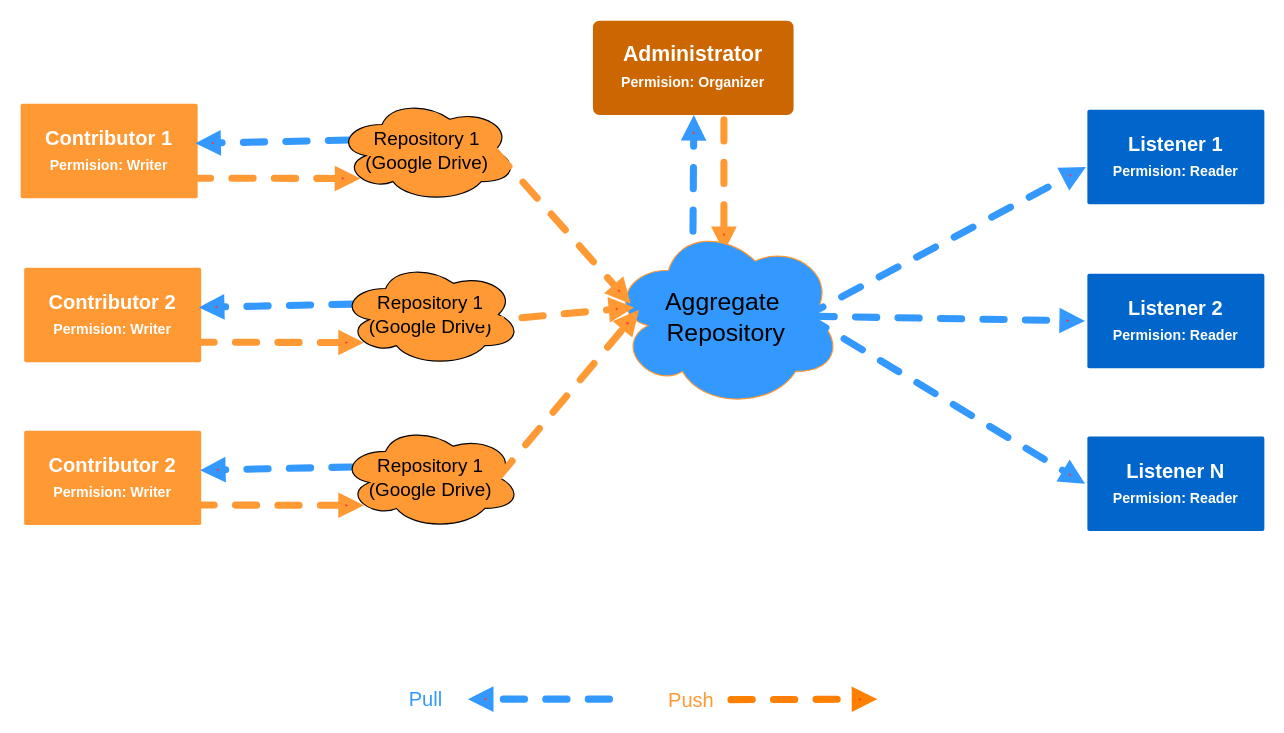
Before: Writerside/resources/Cloud_Flow_2.drawio in gridxdev/bluegrid-docs, a draw.io diagram. Source tidied: cells renumbered, new cells numbered last; positions are measured from the earlier drawing's top-left corner, leaving out a move shared by most shapes. Both pictures are drawn from the tidied source at 118%, with x=0, y=0 at pixel (20, 20).
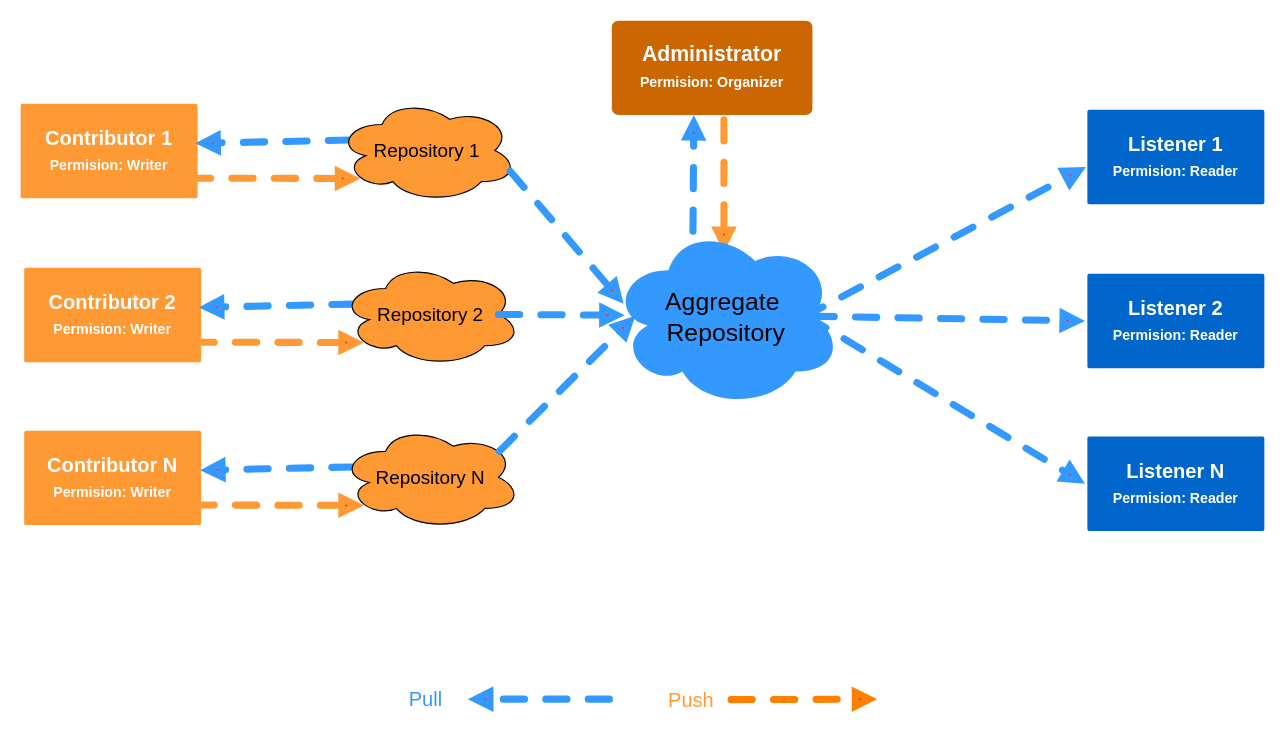
The same page after the edit.

Diff of the diagram source:
```diff
@@
     <mxCell id="3" value="Administrator&lt;div&gt;&lt;font style=&quot;font-size: 12px;&quot;&gt;Permision: Organizer&lt;/font&gt;&lt;/div&gt;" style="rounded=1;whiteSpace=wrap;html=1;shadow=0;labelBackgroundColor=none;strokeColor=none;strokeWidth=3;fillColor=#CC6600;fontFamily=Helvetica;fontSize=18;fontColor=#FFFFFF;align=center;spacing=5;fontStyle=1;arcSize=7;perimeterSpacing=2;" parent="1" vertex="1">
-      <mxGeometry x="485" width="170" height="80" as="geometry" />
+      <mxGeometry x="501" width="170" height="80" as="geometry" />
     </mxCell>
@@
-    <mxCell id="11" value="Repository 1&lt;div style=&quot;font-size: 16px;&quot;&gt;(Google Drive)&lt;/div&gt;" style="ellipse;shape=cloud;whiteSpace=wrap;html=1;fillColor=#FF9933;fontSize=16;" parent="1" vertex="1">
+    <mxCell id="11" value="Repository 1" style="ellipse;shape=cloud;whiteSpace=wrap;html=1;fillColor=#FF9933;fontSize=16;" parent="1" vertex="1">
       <mxGeometry x="268" y="66" width="153" height="88" as="geometry" />
     </mxCell>
@@
-    <mxCell id="16" value="Repository 1&lt;div style=&quot;font-size: 16px;&quot;&gt;(Google Drive)&lt;/div&gt;" style="ellipse;shape=cloud;whiteSpace=wrap;html=1;fillColor=#FF9933;fontSize=16;" parent="1" vertex="1">
+    <mxCell id="16" value="Repository 2" style="ellipse;shape=cloud;whiteSpace=wrap;html=1;fillColor=#FF9933;fontSize=16;" parent="1" vertex="1">
       <mxGeometry x="271" y="205" width="153" height="88" as="geometry" />
     </mxCell>
-    <mxCell id="17" value="Contributor 2&lt;div&gt;&lt;span style=&quot;font-size: 12px;&quot;&gt;Permision: Writer&lt;/span&gt;&lt;br&gt;&lt;/div&gt;" style="rounded=1;whiteSpace=wrap;html=1;shadow=0;labelBackgroundColor=none;strokeColor=none;strokeWidth=3;fillColor=#FF9933;fontFamily=Helvetica;fontSize=17;fontColor=#FFFFFF;align=center;spacing=5;fontStyle=1;arcSize=2;perimeterSpacing=2;" parent="1" vertex="1">
+    <mxCell id="17" value="Contributor N&lt;div&gt;&lt;span style=&quot;font-size: 12px;&quot;&gt;Permision: Writer&lt;/span&gt;&lt;br&gt;&lt;/div&gt;" style="rounded=1;whiteSpace=wrap;html=1;shadow=0;labelBackgroundColor=none;strokeColor=none;strokeWidth=3;fillColor=#FF9933;fontFamily=Helvetica;fontSize=17;fontColor=#FFFFFF;align=center;spacing=5;fontStyle=1;arcSize=2;perimeterSpacing=2;" parent="1" vertex="1">
       <mxGeometry x="3" y="347.5" width="150" height="80" as="geometry" />
     </mxCell>
@@
-    <mxCell id="20" value="Repository 1&lt;div style=&quot;font-size: 16px;&quot;&gt;(Google Drive)&lt;/div&gt;" style="ellipse;shape=cloud;whiteSpace=wrap;html=1;fillColor=#FF9933;fontSize=16;strokeColor=default;" parent="1" vertex="1">
+    <mxCell id="20" value="Repository N" style="ellipse;shape=cloud;whiteSpace=wrap;html=1;fillColor=#FF9933;fontSize=16;strokeColor=default;" parent="1" vertex="1">
       <mxGeometry x="271" y="343" width="153" height="88" as="geometry" />
     </mxCell>
-    <mxCell id="21" value="Aggregate&amp;nbsp;&lt;div style=&quot;font-size: 21px;&quot;&gt;Repository&lt;/div&gt;" style="ellipse;shape=cloud;whiteSpace=wrap;html=1;strokeColor=#FF9933;fontSize=21;fontStyle=0;fillColor=#3399FF;" parent="1" vertex="1">
+    <mxCell id="21" value="Aggregate&amp;nbsp;&lt;div style=&quot;font-size: 21px;&quot;&gt;Repository&lt;/div&gt;" style="ellipse;shape=cloud;whiteSpace=wrap;html=1;strokeColor=none;fontSize=21;fontStyle=0;fillColor=#3399FF;" parent="1" vertex="1">
       <mxGeometry x="500" y="172.5" width="196" height="156" as="geometry" />
     </mxCell>
@@
-    <mxCell id="28" style="endArrow=block;html=1;rounded=0;dashed=1;strokeWidth=6;flowAnimation=1;startFillColor=#3333FF;endFillColor=#FF3333;endFill=1;shadow=0;fixDash=0;fillColor=#d80073;strokeColor=#FF9933;anchorPointDirection=0;linecap=round;exitX=0.875;exitY=0.5;exitDx=0;exitDy=0;exitPerimeter=0;" parent="1" edge="1" source="11">
-      <mxGeometry relative="1" as="geometry">
-        <mxPoint x="517" y="240" as="targetPoint" />
-      </mxGeometry>
-    </mxCell>
-    <mxCell id="29" style="endArrow=block;html=1;rounded=0;dashed=1;strokeWidth=6;flowAnimation=1;startFillColor=#3333FF;endFillColor=#FF3333;endFill=1;shadow=0;fixDash=0;fillColor=#d80073;strokeColor=#FF9933;anchorPointDirection=0;linecap=round;exitX=0.875;exitY=0.5;exitDx=0;exitDy=0;exitPerimeter=0;" parent="1" edge="1">
-      <mxGeometry relative="1" as="geometry">
-        <mxPoint x="389" y="255" as="sourcePoint" />
-        <mxPoint x="520" y="243" as="targetPoint" />
-      </mxGeometry>
-    </mxCell>
-    <mxCell id="30" style="endArrow=block;html=1;rounded=0;dashed=1;strokeWidth=6;flowAnimation=1;startFillColor=#3333FF;endFillColor=#FF3333;endFill=1;shadow=0;fixDash=0;fillColor=#d80073;strokeColor=#FF9933;anchorPointDirection=0;linecap=round;exitX=0.875;exitY=0.5;exitDx=0;exitDy=0;exitPerimeter=0;entryX=0.07;entryY=0.4;entryDx=0;entryDy=0;entryPerimeter=0;" parent="1" edge="1" source="20">
-      <mxGeometry relative="1" as="geometry">
-        <mxPoint x="524" y="245" as="targetPoint" />
-      </mxGeometry>
-    </mxCell>
+    <mxCell id="31" style="endArrow=block;html=1;rounded=0;dashed=1;strokeWidth=6;flowAnimation=1;startFillColor=#3333FF;endFillColor=#FF3333;endFill=1;shadow=0;fixDash=0;fillColor=#d80073;strokeColor=#3399FF;anchorPointDirection=0;linecap=round;entryX=0.061;entryY=0.494;entryDx=0;entryDy=0;entryPerimeter=0;exitX=0.875;exitY=0.5;exitDx=0;exitDy=0;exitPerimeter=0;" parent="1" edge="1" source="16" target="21">
+      <mxGeometry relative="1" as="geometry" />
+    </mxCell>
+    <mxCell id="32" style="endArrow=block;html=1;rounded=0;dashed=1;strokeWidth=6;flowAnimation=1;startFillColor=#3333FF;endFillColor=#FF3333;endFill=1;shadow=0;fixDash=0;fillColor=#d80073;strokeColor=#3399FF;anchorPointDirection=0;linecap=round;exitX=0.96;exitY=0.7;exitDx=0;exitDy=0;exitPerimeter=0;" parent="1" edge="1" source="11">
+      <mxGeometry relative="1" as="geometry">
+        <mxPoint x="511" y="240" as="targetPoint" />
+      </mxGeometry>
+    </mxCell>
+    <mxCell id="33" style="endArrow=block;html=1;rounded=0;dashed=1;strokeWidth=6;flowAnimation=1;startFillColor=#3333FF;endFillColor=#FF3333;endFill=1;shadow=0;fixDash=0;fillColor=#d80073;strokeColor=#3399FF;anchorPointDirection=0;linecap=round;exitX=0.88;exitY=0.25;exitDx=0;exitDy=0;exitPerimeter=0;" parent="1" edge="1" source="20">
+      <mxGeometry relative="1" as="geometry">
+        <mxPoint x="521" y="250" as="targetPoint" />
+      </mxGeometry>
+    </mxCell>
```
